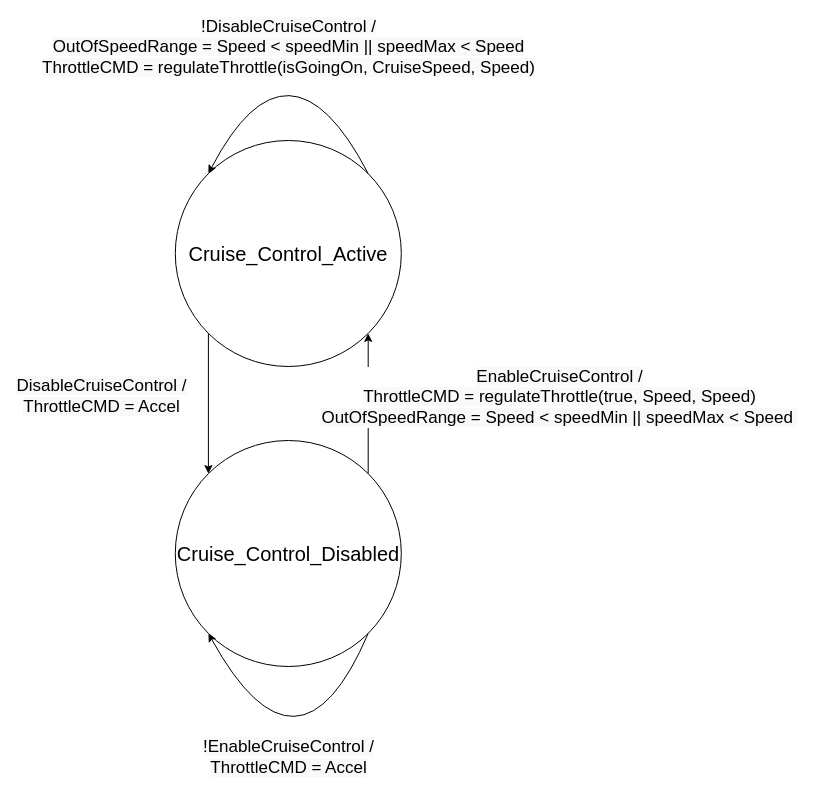
Before: Diagrams/FSMs/Speed Control_FSM.drawio in jacoballen4534/Cruise-Controller, a draw.io diagram. Source tidied: cells renumbered, new cells numbered last; positions are measured from the earlier drawing's top-left corner, leaving out a move shared by most shapes. Both pictures are drawn from the tidied source at 100%, with x=0, y=0 at pixel (175, 20).
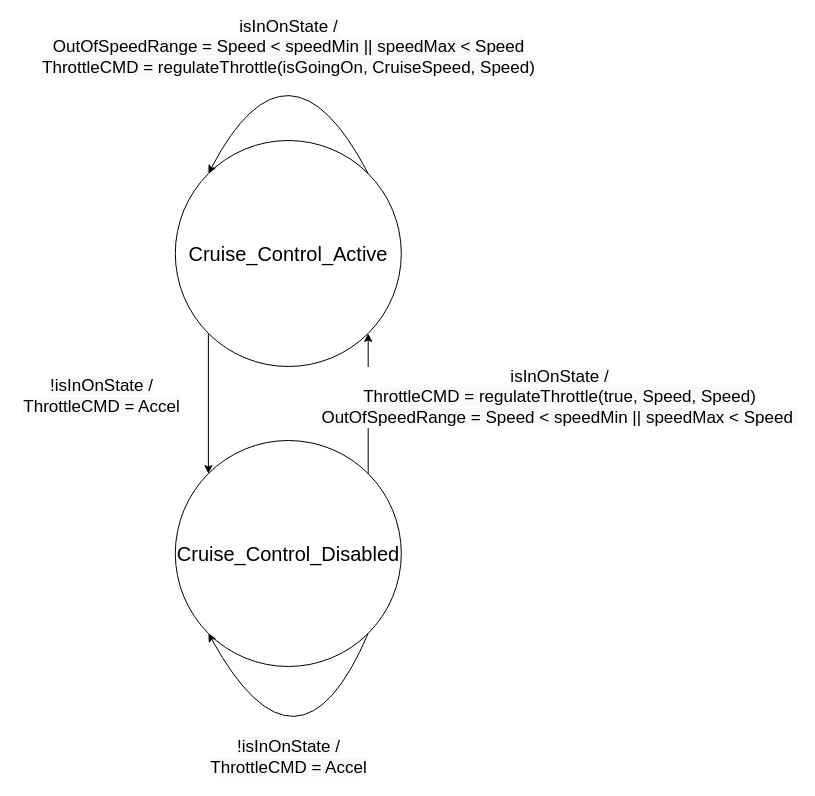
The same diagram, later.

Commit message (it also covers changes not shown here):
Add isInOnState signal to pause the speed controll and cruise speed controll when in standy, disable and off states

Change to the diagram source:
```diff
@@
 <mxGraphModel>
   <root>
     <mxCell id="0" />
     <mxCell id="1" parent="0" />
     <mxCell id="2" value="&lt;font style=&quot;font-size: 20px&quot;&gt;Cruise_Control_Active&lt;/font&gt;" style="ellipse;whiteSpace=wrap;html=1;" parent="1" vertex="1">
       <mxGeometry x="-0.2" y="120" width="226" height="226" as="geometry" />
     </mxCell>
     <mxCell id="3" value="&lt;font style=&quot;font-size: 20px&quot;&gt;Cruise_Control_Disabled&lt;br&gt;&lt;/font&gt;" style="ellipse;whiteSpace=wrap;html=1;" parent="1" vertex="1">
       <mxGeometry x="-0.2" y="420" width="226" height="226" as="geometry" />
     </mxCell>
     <mxCell id="4" style="curved=1;endArrow=classic;html=1;entryX=0;entryY=0;entryDx=0;entryDy=0;exitX=1;exitY=0;exitDx=0;exitDy=0;" parent="1" edge="1" source="2" target="2">
       <mxGeometry relative="1" as="geometry">
         <Array as="points">
           <mxPoint x="113" />
         </Array>
       </mxGeometry>
     </mxCell>
-    <mxCell id="5" value="&lt;span style=&quot;font-size: 17px ; background-color: rgb(248 , 249 , 250)&quot;&gt;!&lt;/span&gt;&lt;span style=&quot;font-family: &amp;#34;helvetica&amp;#34; ; font-size: 17px ; background-color: rgb(248 , 249 , 250)&quot;&gt;DisableCruiseControl&amp;nbsp;&lt;/span&gt;&lt;span style=&quot;font-size: 17px ; background-color: rgb(248 , 249 , 250)&quot;&gt;/&lt;br&gt;&lt;/span&gt;&lt;span style=&quot;font-size: 17px ; background-color: rgb(248 , 249 , 250)&quot;&gt;OutOfSpeedRange = Speed &amp;lt; speedMin || speedMax &amp;lt; S&lt;/span&gt;&lt;span style=&quot;font-size: 17px ; background-color: rgb(248 , 249 , 250)&quot;&gt;peed&lt;br&gt;&lt;/span&gt;&lt;span style=&quot;font-family: &amp;#34;helvetica&amp;#34; ; font-size: 17px ; background-color: rgb(248 , 249 , 250)&quot;&gt;ThrottleCMD =&amp;nbsp;&lt;/span&gt;&lt;span style=&quot;font-family: &amp;#34;helvetica&amp;#34; ; font-size: 17px ; background-color: rgb(248 , 249 , 250)&quot;&gt;regulateThrottle(isGoingOn, CruiseSpeed, Speed)&lt;/span&gt;&lt;span style=&quot;font-size: 17px ; background-color: rgb(248 , 249 , 250)&quot;&gt;&lt;br&gt;&lt;/span&gt;" style="edgeLabel;html=1;align=center;verticalAlign=middle;" parent="4" vertex="1">
+    <mxCell id="5" value="&lt;span style=&quot;font-size: 17px ; background-color: rgb(248 , 249 , 250)&quot;&gt;isInOnState&amp;nbsp;&lt;/span&gt;&lt;span style=&quot;font-size: 17px ; background-color: rgb(248 , 249 , 250)&quot;&gt;/&lt;br&gt;&lt;/span&gt;&lt;span style=&quot;font-size: 17px ; background-color: rgb(248 , 249 , 250)&quot;&gt;OutOfSpeedRange = Speed &amp;lt; speedMin || speedMax &amp;lt; S&lt;/span&gt;&lt;span style=&quot;font-size: 17px ; background-color: rgb(248 , 249 , 250)&quot;&gt;peed&lt;br&gt;&lt;/span&gt;&lt;span style=&quot;font-family: &amp;#34;helvetica&amp;#34; ; font-size: 17px ; background-color: rgb(248 , 249 , 250)&quot;&gt;ThrottleCMD =&amp;nbsp;&lt;/span&gt;&lt;span style=&quot;font-family: &amp;#34;helvetica&amp;#34; ; font-size: 17px ; background-color: rgb(248 , 249 , 250)&quot;&gt;regulateThrottle(isGoingOn, CruiseSpeed, Speed)&lt;/span&gt;&lt;span style=&quot;font-size: 17px ; background-color: rgb(248 , 249 , 250)&quot;&gt;&lt;br&gt;&lt;/span&gt;" style="edgeLabel;html=1;align=center;verticalAlign=middle;" parent="4" vertex="1">
       <mxGeometry x="-0.43" y="30" relative="1" as="geometry">
         <mxPoint x="-8" y="-54" as="offset" />
       </mxGeometry>
     </mxCell>
     <mxCell id="6" style="endArrow=classic;html=1;exitX=1;exitY=0;exitDx=0;exitDy=0;entryX=1;entryY=1;entryDx=0;entryDy=0;" parent="1" edge="1" source="3" target="2">
       <mxGeometry relative="1" as="geometry" />
     </mxCell>
-    <mxCell id="7" value="&lt;span style=&quot;font-size: 17px ; background-color: rgb(248 , 249 , 250)&quot;&gt;EnableCruiseControl /&lt;br&gt;&lt;/span&gt;&lt;span style=&quot;font-size: 17px ; background-color: rgb(248 , 249 , 250)&quot;&gt;ThrottleCMD = &lt;/span&gt;&lt;span style=&quot;font-size: 17px ; background-color: rgb(248 , 249 , 250)&quot;&gt;regulateThrottle(true, Speed, Speed)&lt;br&gt;OutOfSpeedRange = Speed &amp;lt; speedMin || speedMax &amp;lt; S&lt;/span&gt;&lt;span style=&quot;font-size: 17px ; background-color: rgb(248 , 249 , 250)&quot;&gt;peed&amp;nbsp;&lt;/span&gt;&lt;span style=&quot;font-size: 17px ; background-color: rgb(248 , 249 , 250)&quot;&gt;&lt;br&gt;&lt;/span&gt;" style="edgeLabel;html=1;align=center;verticalAlign=middle;" parent="6" vertex="1">
+    <mxCell id="7" value="&lt;span style=&quot;background-color: rgb(248 , 249 , 250)&quot;&gt;&lt;font style=&quot;font-size: 17px&quot;&gt;isInOnState&amp;nbsp;&lt;/font&gt;&lt;/span&gt;&lt;span style=&quot;font-size: 17px ; background-color: rgb(248 , 249 , 250)&quot;&gt;/&lt;br&gt;&lt;/span&gt;&lt;span style=&quot;font-size: 17px ; background-color: rgb(248 , 249 , 250)&quot;&gt;ThrottleCMD = &lt;/span&gt;&lt;span style=&quot;font-size: 17px ; background-color: rgb(248 , 249 , 250)&quot;&gt;regulateThrottle(true, Speed, Speed)&lt;br&gt;OutOfSpeedRange = Speed &amp;lt; speedMin || speedMax &amp;lt; S&lt;/span&gt;&lt;span style=&quot;font-size: 17px ; background-color: rgb(248 , 249 , 250)&quot;&gt;peed&amp;nbsp;&lt;/span&gt;&lt;span style=&quot;font-size: 17px ; background-color: rgb(248 , 249 , 250)&quot;&gt;&lt;br&gt;&lt;/span&gt;" style="edgeLabel;html=1;align=center;verticalAlign=middle;" parent="6" vertex="1">
       <mxGeometry x="-0.18" y="6" relative="1" as="geometry">
         <mxPoint x="196.3" y="-19.2" as="offset" />
       </mxGeometry>
     </mxCell>
     <mxCell id="8" style="curved=1;endArrow=classic;html=1;exitX=1;exitY=1;exitDx=0;exitDy=0;entryX=0;entryY=1;entryDx=0;entryDy=0;" parent="1" edge="1" source="3" target="3">
       <mxGeometry relative="1" as="geometry">
         <Array as="points">
           <mxPoint x="123" y="776" />
         </Array>
       </mxGeometry>
     </mxCell>
-    <mxCell id="9" value="&lt;span style=&quot;font-family: &amp;#34;helvetica&amp;#34; ; font-size: 17px ; background-color: rgb(248 , 249 , 250)&quot;&gt;!&lt;/span&gt;&lt;span style=&quot;font-size: 17px ; background-color: rgb(248 , 249 , 250)&quot;&gt;EnableCruiseControl&amp;nbsp;&lt;/span&gt;&lt;span style=&quot;font-family: &amp;#34;helvetica&amp;#34; ; font-size: 17px ; background-color: rgb(248 , 249 , 250)&quot;&gt;/ &lt;br&gt;&lt;/span&gt;&lt;span style=&quot;font-size: 17px ; background-color: rgb(248 , 249 , 250)&quot;&gt;ThrottleCMD = Accel&lt;/span&gt;" style="edgeLabel;html=1;align=center;verticalAlign=middle;" parent="8" vertex="1">
+    <mxCell id="9" value="&lt;span style=&quot;font-family: &amp;#34;helvetica&amp;#34; ; font-size: 17px ; background-color: rgb(248 , 249 , 250)&quot;&gt;!&lt;/span&gt;&lt;span style=&quot;font-size: 17px ; background-color: rgb(248 , 249 , 250)&quot;&gt;isInOnState&amp;nbsp;&lt;/span&gt;&lt;span style=&quot;font-family: &amp;#34;helvetica&amp;#34; ; font-size: 17px ; background-color: rgb(248 , 249 , 250)&quot;&gt;/ &lt;br&gt;&lt;/span&gt;&lt;span style=&quot;font-size: 17px ; background-color: rgb(248 , 249 , 250)&quot;&gt;ThrottleCMD = Accel&lt;/span&gt;" style="edgeLabel;html=1;align=center;verticalAlign=middle;" parent="8" vertex="1">
       <mxGeometry x="-0.49" y="-16" relative="1" as="geometry">
         <mxPoint x="-29" y="44.8" as="offset" />
       </mxGeometry>
     </mxCell>
     <mxCell id="10" style="endArrow=classic;html=1;entryX=0;entryY=0;entryDx=0;entryDy=0;exitX=0;exitY=1;exitDx=0;exitDy=0;" parent="1" edge="1" source="2" target="3">
       <mxGeometry relative="1" as="geometry" />
     </mxCell>
-    <mxCell id="11" value="&lt;span style=&quot;font-size: 17px ; background-color: rgb(248 , 249 , 250)&quot;&gt;&lt;font face=&quot;helvetica&quot;&gt;DisableCruiseControl /&lt;br&gt;&lt;/font&gt;&lt;/span&gt;&lt;span style=&quot;font-size: 17px ; background-color: rgb(248 , 249 , 250)&quot;&gt;ThrottleCMD = Accel&lt;/span&gt;&lt;span style=&quot;font-size: 17px ; background-color: rgb(248 , 249 , 250)&quot;&gt;&lt;br&gt;&lt;/span&gt;" style="edgeLabel;html=1;align=center;verticalAlign=middle;" parent="10" vertex="1">
+    <mxCell id="11" value="&lt;font style=&quot;font-size: 17px&quot;&gt;&lt;span style=&quot;background-color: rgb(248 , 249 , 250)&quot;&gt;!isInOnState&amp;nbsp;&lt;/span&gt;&lt;span style=&quot;background-color: rgb(248 , 249 , 250)&quot;&gt;&lt;font face=&quot;helvetica&quot; style=&quot;font-size: 17px&quot;&gt;/&lt;br&gt;&lt;/font&gt;&lt;/span&gt;&lt;span style=&quot;background-color: rgb(248 , 249 , 250)&quot;&gt;ThrottleCMD = Accel&lt;/span&gt;&lt;/font&gt;&lt;span style=&quot;font-size: 17px ; background-color: rgb(248 , 249 , 250)&quot;&gt;&lt;br&gt;&lt;/span&gt;" style="edgeLabel;html=1;align=center;verticalAlign=middle;" parent="10" vertex="1">
       <mxGeometry x="0.26" y="1" relative="1" as="geometry">
         <mxPoint x="-107.9" y="-25.2" as="offset" />
       </mxGeometry>
     </mxCell>
   </root>
 </mxGraphModel>
```
